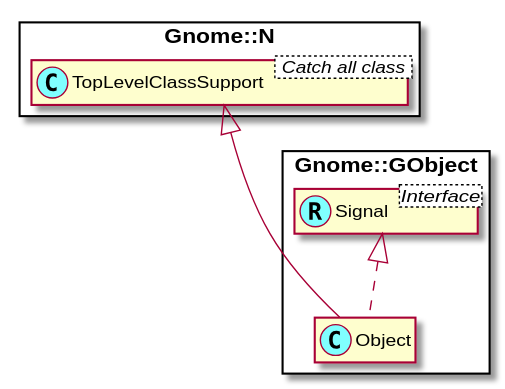
Before: docs/content-docs/reference/GObject/plantuml/Object.svg, a diagram exported from PlantUML (MARTIMM/gnome-gtk3). Its diagram source:
```plantuml
@startuml
skinparam packageStyle rectangle
skinparam stereotypeCBackgroundColor #80ffff
set namespaceSeparator ::
hide members

class Gnome::N::TopLevelClassSupport < Catch all class >

Interface Gnome::GObject::Signal <Interface>
class Gnome::GObject::Signal <<(R,#80ffff)>>

Gnome::N::TopLevelClassSupport <|--- Gnome::GObject::Object
Gnome::GObject::Signal <|.. Gnome::GObject::Object

@enduml
```
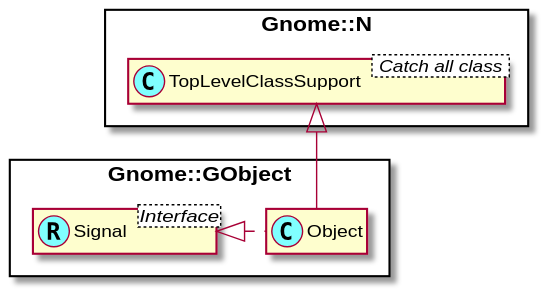
After the change.

The edit, as a diff of the source:
```diff
@@ -1,4 +1,5 @@
 @startuml
+
 skinparam packageStyle rectangle
 skinparam stereotypeCBackgroundColor #80ffff
 set namespaceSeparator ::
@@ -9,7 +10,7 @@
 Interface Gnome::GObject::Signal <Interface>
 class Gnome::GObject::Signal <<(R,#80ffff)>>
 
-Gnome::N::TopLevelClassSupport <|--- Gnome::GObject::Object
-Gnome::GObject::Signal <|.. Gnome::GObject::Object
+Gnome::N::TopLevelClassSupport <|-- Gnome::GObject::Object
+Gnome::GObject::Signal <|. Gnome::GObject::Object
 
 @enduml
```
